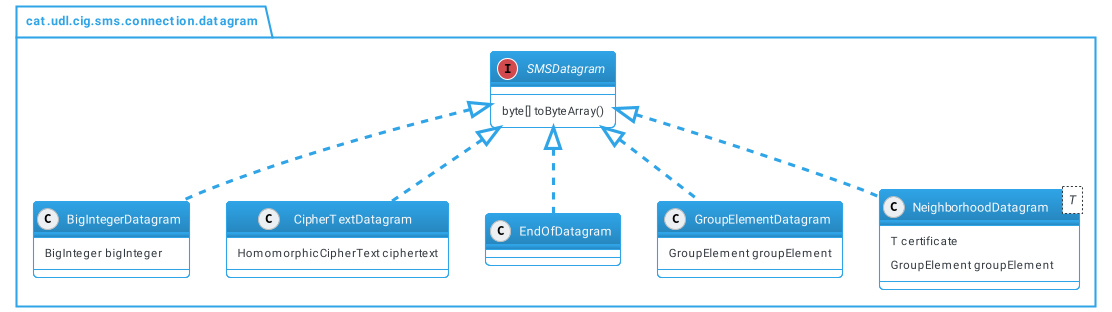
The PlantUML diagram classes/dto.png in Oriolac/tfg, before a commit.
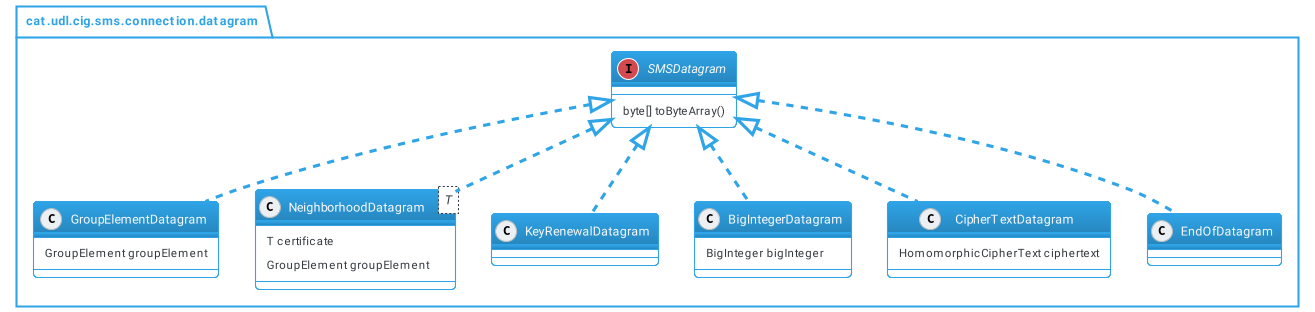
After the change.

The edit, as a diff of the source:
```diff
@@ -4,18 +4,19 @@
 namespace cat.udl.cig.sms.connection.datagram {
 interface SMSDatagram
 
+class GroupElementDatagram
+class NeighborhoodDatagram<T>
+class KeyRenewalDatagram
 class BigIntegerDatagram
 class CipherTextDatagram
 class EndOfDatagram
-class GroupElementDatagram
-class NeighborhoodDatagram<T>
-
 
 SMSDatagram <|.. BigIntegerDatagram
 SMSDatagram <|.. CipherTextDatagram
 SMSDatagram <|.. EndOfDatagram
 SMSDatagram <|.. GroupElementDatagram
 SMSDatagram <|.. NeighborhoodDatagram
+SMSDatagram <|.. KeyRenewalDatagram
 BigIntegerDatagram : BigInteger bigInteger
 CipherTextDatagram : HomomorphicCipherText ciphertext
 GroupElementDatagram : GroupElement groupElement
```
